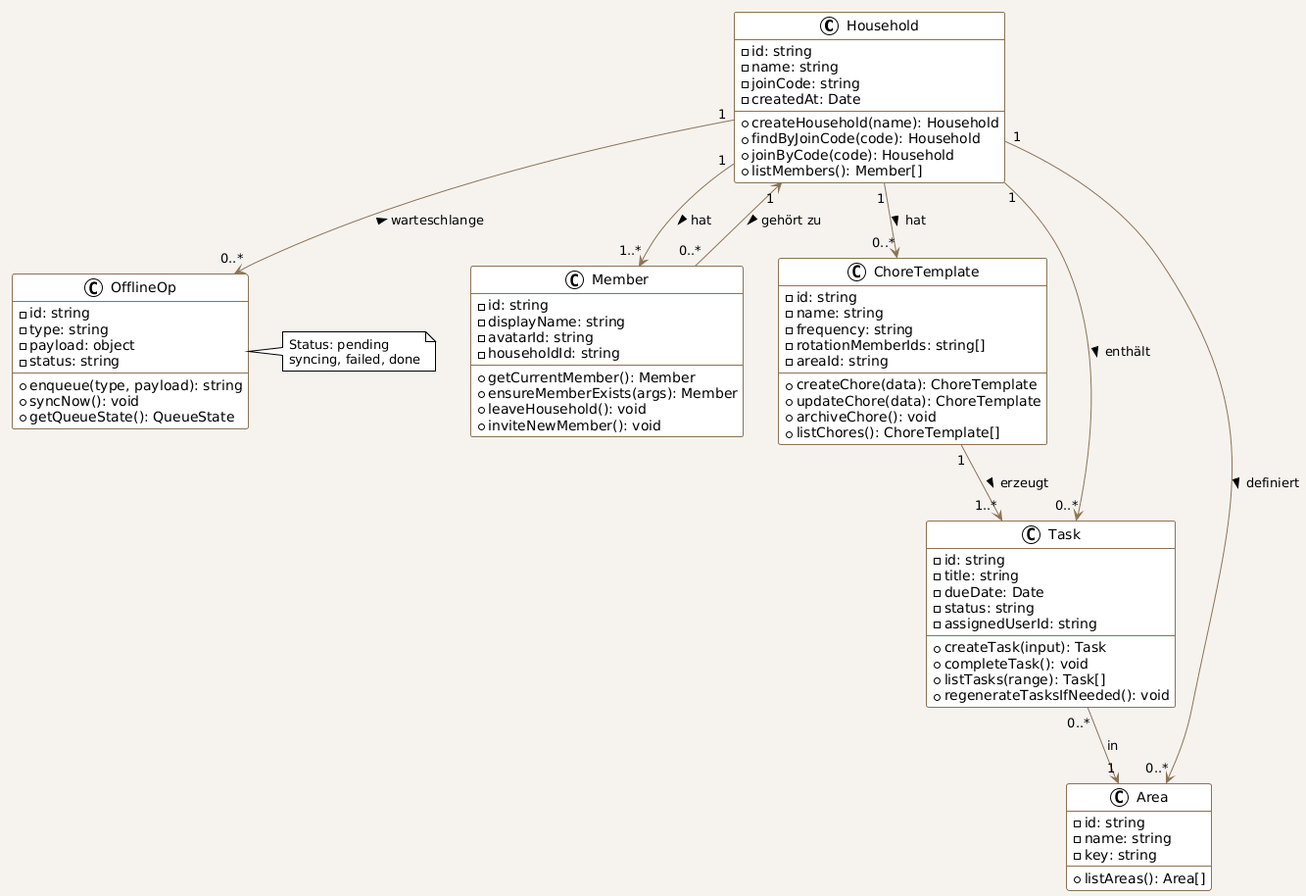
Earlier version of the PlantUML export docs/uml/Klassendiagramm_HappyHaushalt.png (slavenmlinaric2910/happyhaushalt). Its diagram source:
```plantuml
@startuml
!theme plain
skinparam backgroundColor #F6F3EF
skinparam classBackgroundColor #FFFFFF
skinparam classBorderColor #8B7355
skinparam arrowColor #8B7355


class Household {
    - id: string
    - name: string
    - joinCode: string
    - createdAt: Date
    ---
    + createHousehold(name): Household
    + findByJoinCode(code): Household
    + joinByCode(code): Household
    + listMembers(): Member[]
}

class Member {
    - id: string
    - displayName: string
    - avatarId: string
    - householdId: string
    ---
    + getCurrentMember(): Member
    + ensureMemberExists(args): Member
    + leaveHousehold(): void
    + inviteNewMember(): void
}

class ChoreTemplate {
    - id: string
    - name: string
    - frequency: string
    - rotationMemberIds: string[]
    - areaId: string
    ---
    + createChore(data): ChoreTemplate
    + updateChore(data): ChoreTemplate
    + archiveChore(): void
    + listChores(): ChoreTemplate[]
}

class Task {
    - id: string
    - title: string
    - dueDate: Date
    - status: string
    - assignedUserId: string
    ---
    + createTask(input): Task
    + completeTask(): void
    + listTasks(range): Task[]
    + regenerateTasksIfNeeded(): void
}

class Area {
    - id: string
    - name: string
    - key: string
    ---
    + listAreas(): Area[]
}

class OfflineOp {
    - id: string
    - type: string
    - payload: object
    - status: string
    ---
    + enqueue(type, payload): string
    + syncNow(): void
    + getQueueState(): QueueState
}


Household "1" --> "1..*" Member : hat >
Member "0..*" --> "1" Household : < gehört zu

Household "1" --> "0..*" ChoreTemplate : hat >
ChoreTemplate "1" --> "1..*" Task : erzeugt >

Household "1" --> "0..*" Task : enthält >
Task "0..*" --> "1" Area : in

Household "1" --> "0..*" Area : definiert >

Household "1" --> "0..*" OfflineOp : < warteschlange

note right of OfflineOp
  Status: pending
  syncing, failed, done
end note
@enduml
```
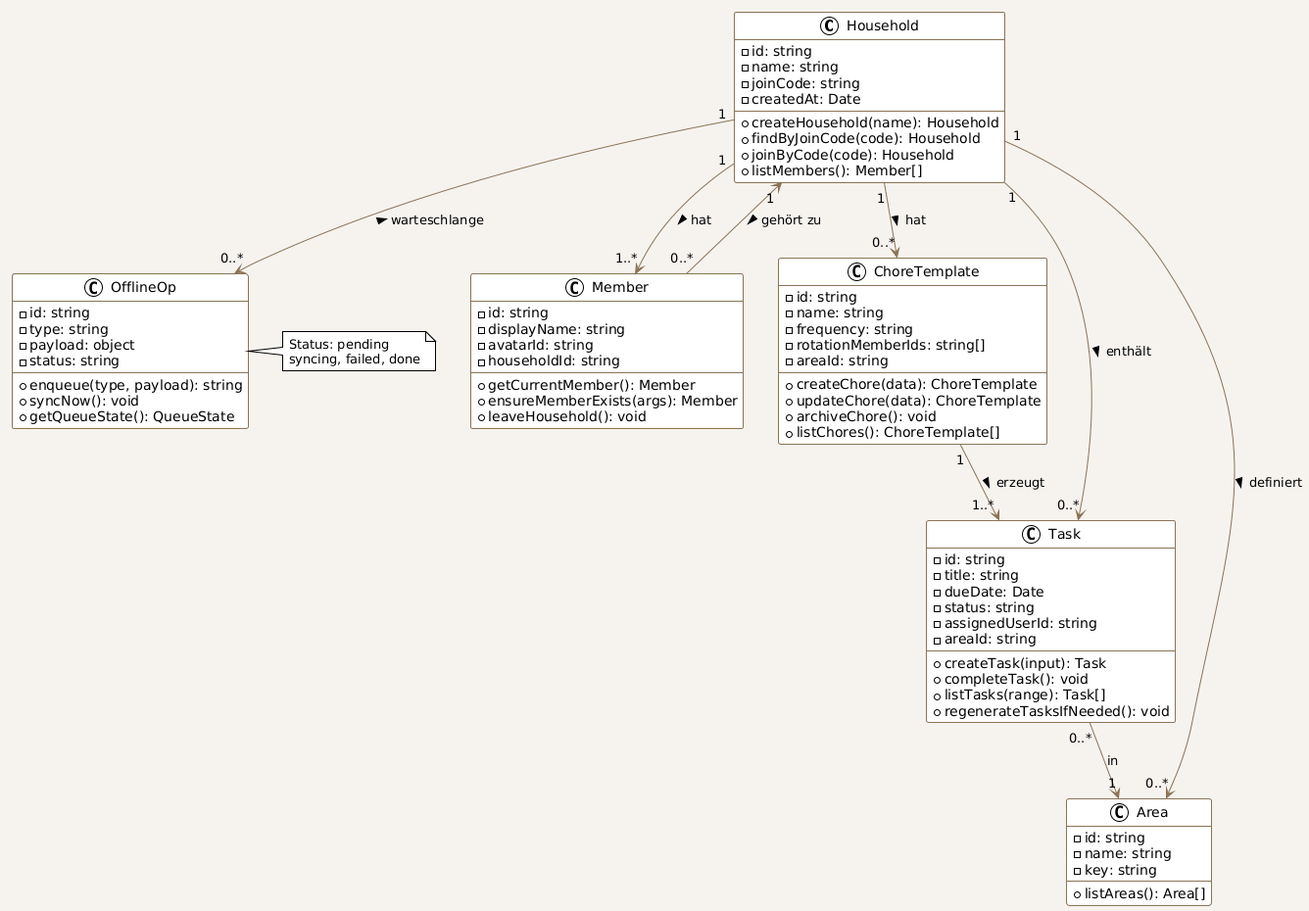
The same diagram one commit later.

Commit message:
small changes to class diagram and organised uml folder

Change to the diagram source:
```diff
@@ -27,7 +27,6 @@
     + getCurrentMember(): Member
     + ensureMemberExists(args): Member
     + leaveHousehold(): void
-    + inviteNewMember(): void
 }
 
 class ChoreTemplate {
@@ -49,6 +48,7 @@
     - dueDate: Date
     - status: string
     - assignedUserId: string
+    - areaId: string
     ---
     + createTask(input): Task
     + completeTask(): void
```
